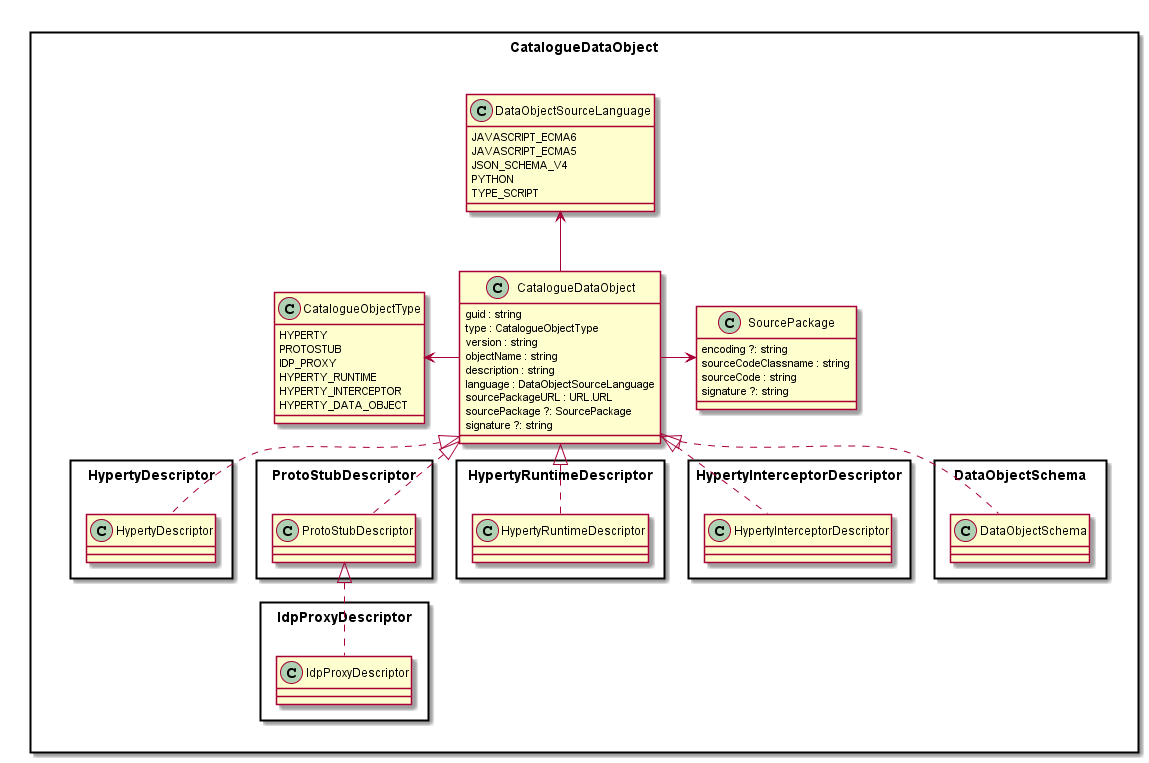
Earlier version of the PlantUML export docs/datamodel/Catalogue-Data-Object.png (reTHINK-project/dev-service-framework).
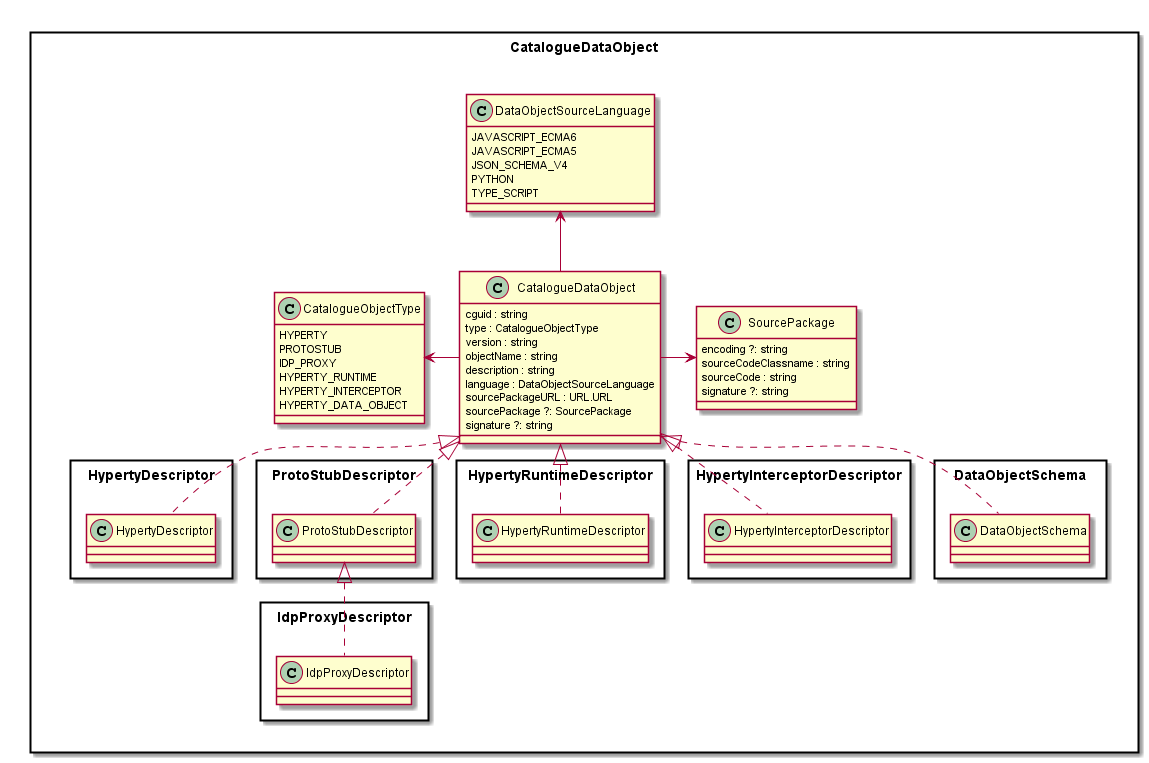
After the commit.

Commit message:
manuals update with protofly and trust model (initial version) as well as some initial code snippets catalogue data object small update: guid -> cguid

What changed in the source:
```diff
@@ -3,7 +3,7 @@
 package CatalogueDataObject <<Rect>> {
 
 	class CatalogueDataObject {
-		guid : string
+		cguid : string
 		type : CatalogueObjectType
 		version : string
 		objectName : string
```
